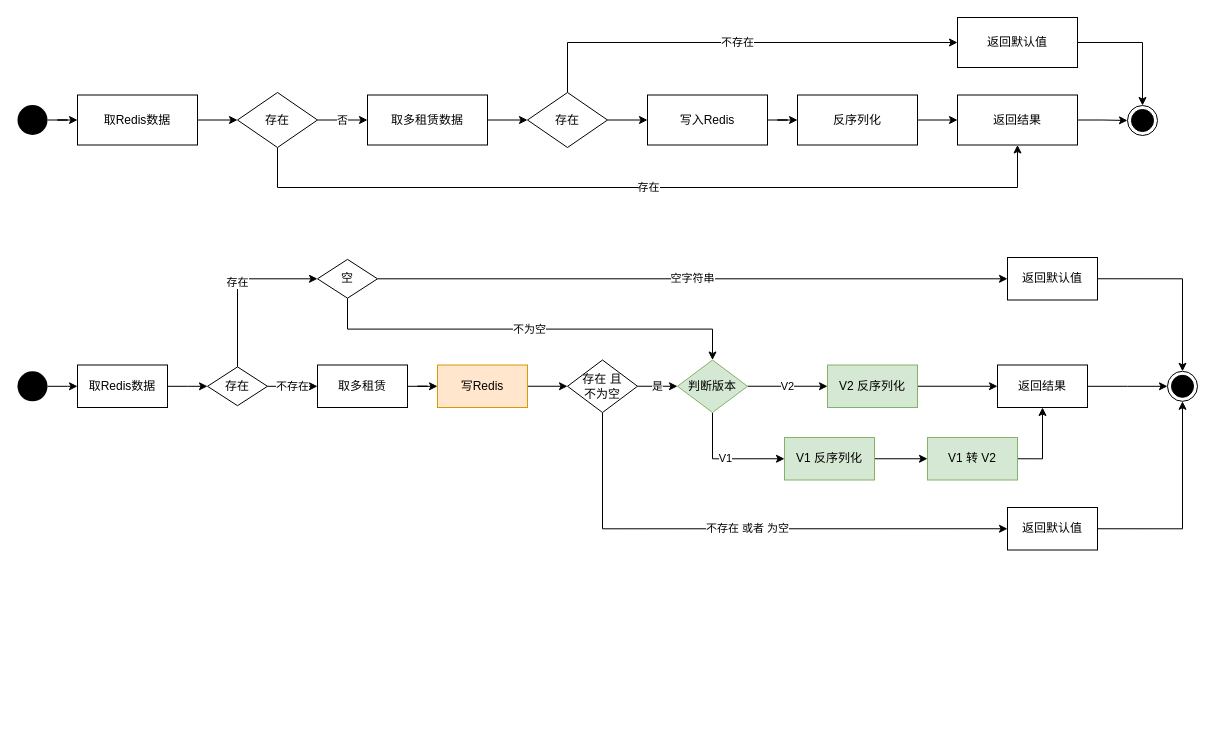
The draw.io diagram 人才有效期设置.drawio in Lucas20029/MyDiagrams, before the edit. Source tidied: cells renumbered, new cells numbered last; positions are measured from the earlier drawing's top-left corner, leaving out a move shared by most shapes. Both pictures are drawn from the tidied source at 100%, with x=0, y=0 at pixel (17, 17).
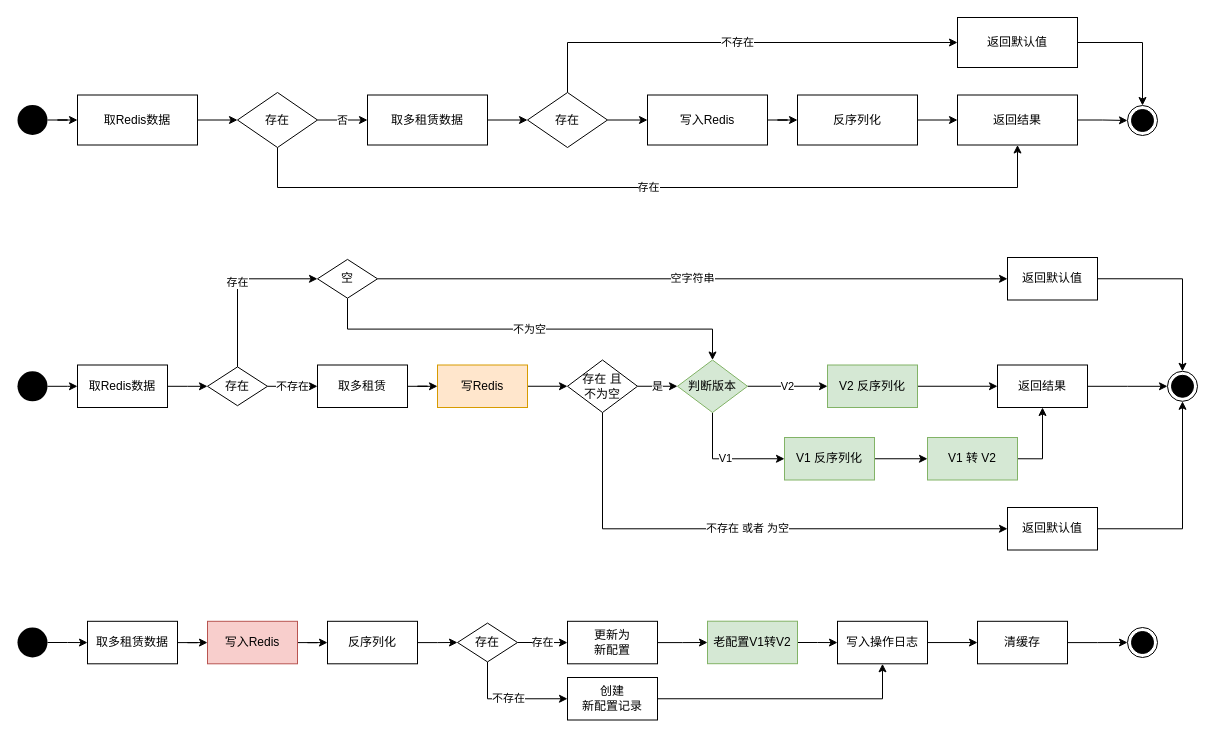
Above is the later version.

Commit message:
Update 人才有效期设置.drawio

Change to the diagram source:
```diff
@@
+    <mxCell id="56" style="edgeStyle=orthogonalEdgeStyle;rounded=0;jettySize=auto;html=1;" parent="1" edge="1" source="57" target="59">
+      <mxGeometry relative="1" as="geometry" />
+    </mxCell>
+    <mxCell id="57" style="ellipse;fillColor=#000000;strokeColor=none;" parent="1" vertex="1">
+      <mxGeometry y="610" width="30" height="30" as="geometry" />
+    </mxCell>
+    <mxCell id="58" style="edgeStyle=orthogonalEdgeStyle;rounded=0;jettySize=auto;html=1;" parent="1" edge="1" source="59" target="61">
+      <mxGeometry relative="1" as="geometry" />
+    </mxCell>
+    <mxCell id="59" value="取多租赁数据" style="rounded=0;whiteSpace=wrap;html=1;" parent="1" vertex="1">
+      <mxGeometry x="70" y="603.8" width="90" height="42.5" as="geometry" />
+    </mxCell>
+    <mxCell id="60" style="edgeStyle=orthogonalEdgeStyle;rounded=0;jettySize=auto;html=1;" parent="1" edge="1" source="61" target="63">
+      <mxGeometry relative="1" as="geometry" />
+    </mxCell>
+    <mxCell id="61" value="写入Redis" style="rounded=0;whiteSpace=wrap;html=1;fillColor=#f8cecc;strokeColor=#b85450;" parent="1" vertex="1">
+      <mxGeometry x="190" y="603.8" width="90" height="42.5" as="geometry" />
+    </mxCell>
+    <mxCell id="62" style="edgeStyle=orthogonalEdgeStyle;rounded=0;jettySize=auto;html=1;" parent="1" edge="1" source="63" target="66">
+      <mxGeometry relative="1" as="geometry" />
+    </mxCell>
+    <mxCell id="63" value="反序列化" style="rounded=0;whiteSpace=wrap;html=1;" parent="1" vertex="1">
+      <mxGeometry x="310" y="603.8" width="90" height="42.5" as="geometry" />
+    </mxCell>
+    <mxCell id="64" value="不存在" style="edgeStyle=orthogonalEdgeStyle;rounded=0;jettySize=auto;html=1;exitX=0.5;exitY=1;exitDx=0;exitDy=0;entryX=0;entryY=0.5;entryDx=0;entryDy=0;" parent="1" edge="1" source="66" target="68">
+      <mxGeometry relative="1" as="geometry" />
+    </mxCell>
+    <mxCell id="65" value="存在" style="edgeStyle=orthogonalEdgeStyle;rounded=0;jettySize=auto;html=1;" parent="1" edge="1" source="66" target="70">
+      <mxGeometry relative="1" as="geometry" />
+    </mxCell>
+    <mxCell id="66" value="存在" style="rhombus;whiteSpace=wrap;html=1;" parent="1" vertex="1">
+      <mxGeometry x="440" y="605.6" width="60" height="38.8" as="geometry" />
+    </mxCell>
+    <mxCell id="67" style="edgeStyle=orthogonalEdgeStyle;rounded=0;jettySize=auto;html=1;exitX=1;exitY=0.5;exitDx=0;exitDy=0;" parent="1" edge="1" source="68" target="72">
+      <mxGeometry relative="1" as="geometry" />
+    </mxCell>
+    <mxCell id="68" value="创建 &lt;br&gt;新配置记录" style="rounded=0;whiteSpace=wrap;html=1;" parent="1" vertex="1">
+      <mxGeometry x="550" y="660" width="90" height="42.5" as="geometry" />
+    </mxCell>
+    <mxCell id="69" style="edgeStyle=orthogonalEdgeStyle;rounded=0;jettySize=auto;html=1;" parent="1" edge="1" source="70" target="77">
+      <mxGeometry relative="1" as="geometry" />
+    </mxCell>
+    <mxCell id="70" value="更新为&lt;br&gt;新配置" style="rounded=0;whiteSpace=wrap;html=1;" parent="1" vertex="1">
+      <mxGeometry x="550" y="603.8" width="90" height="42.5" as="geometry" />
+    </mxCell>
+    <mxCell id="71" style="edgeStyle=orthogonalEdgeStyle;rounded=0;jettySize=auto;html=1;" parent="1" edge="1" source="72" target="74">
+      <mxGeometry relative="1" as="geometry" />
+    </mxCell>
+    <mxCell id="72" value="写入操作日志" style="rounded=0;whiteSpace=wrap;html=1;" parent="1" vertex="1">
+      <mxGeometry x="820" y="603.8" width="90" height="42.5" as="geometry" />
+    </mxCell>
+    <mxCell id="73" style="edgeStyle=orthogonalEdgeStyle;rounded=0;jettySize=auto;html=1;" parent="1" edge="1" source="74" target="75">
+      <mxGeometry relative="1" as="geometry" />
+    </mxCell>
+    <mxCell id="74" value="清缓存" style="rounded=0;whiteSpace=wrap;html=1;" parent="1" vertex="1">
+      <mxGeometry x="960" y="603.8" width="90" height="42.5" as="geometry" />
+    </mxCell>
+    <mxCell id="75" style="ellipse;html=1;shape=endState;fillColor=#000000;strokeColor=#000000;" parent="1" vertex="1">
+      <mxGeometry x="1110" y="610" width="30" height="30" as="geometry" />
+    </mxCell>
+    <mxCell id="76" style="edgeStyle=orthogonalEdgeStyle;rounded=0;jettySize=auto;html=1;" parent="1" edge="1" source="77" target="72">
+      <mxGeometry relative="1" as="geometry" />
+    </mxCell>
+    <mxCell id="77" value="老配置V1转V2" style="rounded=0;whiteSpace=wrap;html=1;fillColor=#d5e8d4;strokeColor=#82b366;" parent="1" vertex="1">
+      <mxGeometry x="690" y="603.7" width="90" height="42.5" as="geometry" />
+    </mxCell>
```
